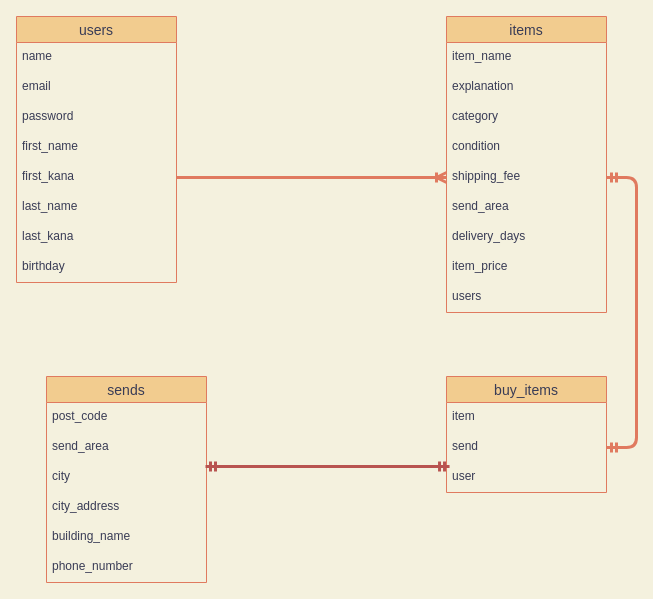
Earlier version of the draw.io diagram .dio (suzukida/furima-36762). Source tidied: cells renumbered, new cells numbered last; positions are measured from the earlier drawing's top-left corner, leaving out a move shared by most shapes. Both pictures are drawn from the tidied source at 100%, with x=0, y=0 at pixel (16, 16).
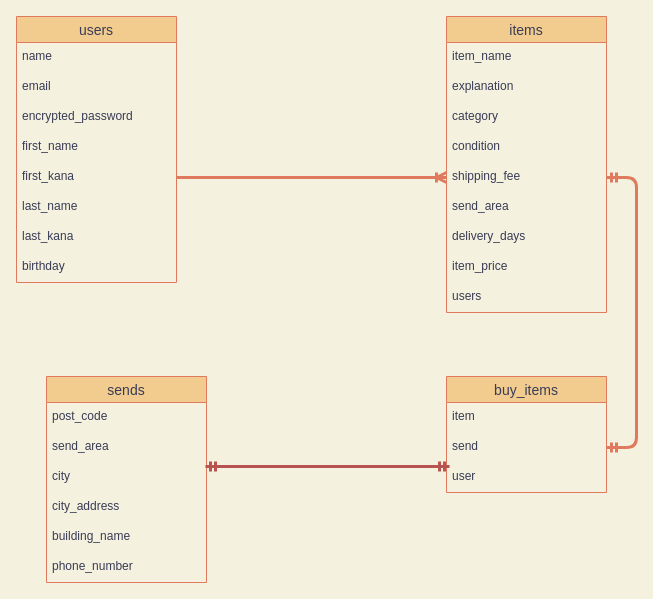
After the change.

Commit message (it also covers changes not shown here):
README作成　ER図作成

Unchanged cells that the change refers to:
```xml
<mxCell id="2" value="users" style="swimlane;fontStyle=0;horizontal=1;startSize=26;align=center;fontSize=14;fillColor=#F2CC8F;strokeColor=#E07A5F;fontColor=#393C56;" parent="1" vertex="1">
  <mxGeometry width="160" height="266" as="geometry" />
</mxCell>
```

Change to the diagram source:
```diff
@@
-    <mxCell id="5" value="password" style="text;strokeColor=none;fillColor=none;spacingLeft=4;spacingRight=4;overflow=hidden;fontSize=12;fontColor=#393C56;" parent="2" vertex="1">
+    <mxCell id="5" value="encrypted_password" style="text;strokeColor=none;fillColor=none;spacingLeft=4;spacingRight=4;overflow=hidden;fontSize=12;fontColor=#393C56;" parent="2" vertex="1">
       <mxGeometry y="86" width="160" height="30" as="geometry" />
     </mxCell>
```
